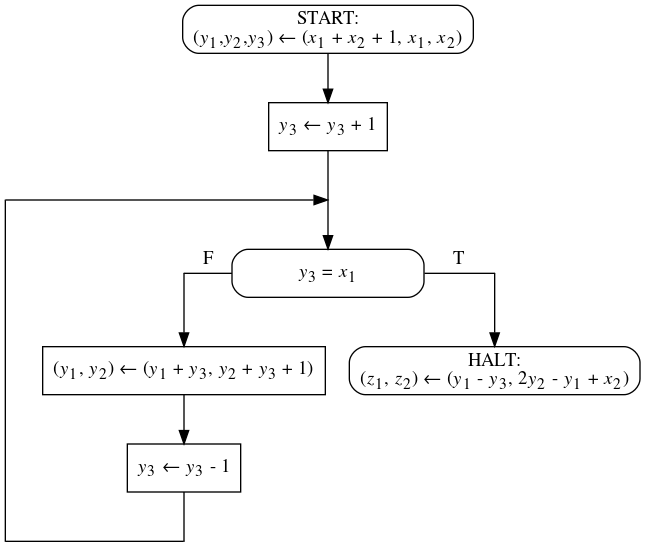
This is exercises/x2_fig1.png from fmcourse/fmcourse.github.io, a Graphviz export, as it was before one commit. Its source is kept beside it as exercises/x2_fig1.dot. The source it was exported from:
```dot
digraph G{

/* nodes by levels */
node[shape=rectangle];
START[style=rounded, label=<START:<br/>(<i>y</i><sub>1</sub>,<i>y</i><sub>2</sub>,<i>y</i><sub>3</sub>) &larr; (<i>x</i><sub>1</sub> + <i>x</i><sub>2</sub> + 1, <i>x</i><sub>1</sub>, <i>x</i><sub>2</sub>)>];
ASSIGN1[label=<<i>y</i><sub>3</sub> &larr; <i>y</i><sub>3</sub> + 1>];
TEST[style=rounded, width=2, label=<<i>y</i><sub>3</sub> = <i>x</i><sub>1</sub>>];
ASSIGN2[label=<(<i>y</i><sub>1</sub>, <i>y</i><sub>2</sub>) &larr; (<i>y</i><sub>1</sub> + <i>y</i><sub>3</sub>, <i>y</i><sub>2</sub> + <i>y</i><sub>3</sub> + 1)>];
ASSIGN3[label=<<i>y</i><sub>3</sub> &larr; <i>y</i><sub>3</sub> - 1>];
HALT[style=rounded, label=<HALT:<br/>(<i>z</i><sub>1</sub>, <i>z</i><sub>2</sub>) &larr; (<i>y</i><sub>1</sub> - <i>y</i><sub>3</sub>, 2<i>y</i><sub>2</sub> - <i>y</i><sub>1</sub> + <i>x</i><sub>2</sub>)>];

/* edges */
node [shape=point, width=0, label=""];
START -> ASSIGN1 [weight=8]; ASSIGN1 -> p2 [arrowhead=none];
{ rank=same; p1 -> p2; }
p1 -> p5 [weight=8, arrowhead=none];
p2 -> TEST[weight=8];
{ rank=same; p3 -> TEST [label="F", arrowhead=none]; TEST -> p4 [label="T", arrowhead=none]; }
p3 -> ASSIGN2 [weight=8];
p4 -> HALT [weight=8];
{ rank=same; ASSIGN2; HALT; }
ASSIGN2 -> ASSIGN3 [weight=8];
ASSIGN3 -> p6 [weight=8, arrowhead=none];
{ rank=same; p5 -> p6 [arrowhead=none]; }
}
```
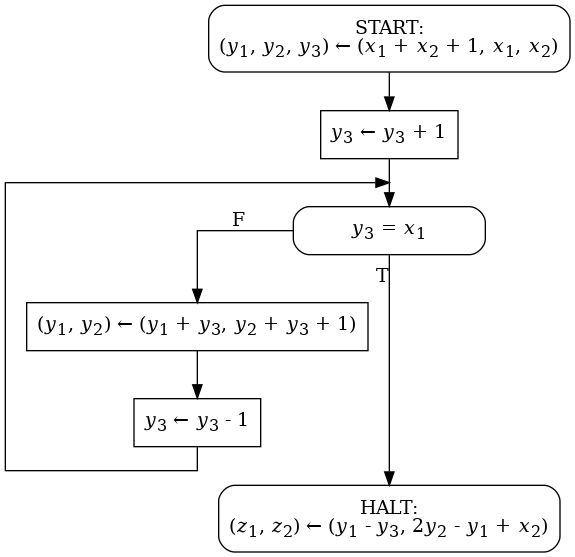
After the change.

Change to the diagram source:
```diff
@@ -1,25 +1,53 @@
-digraph G{
+digraph G {
 
-/* nodes by levels */
-node[shape=rectangle];
-START[style=rounded, label=<START:<br/>(<i>y</i><sub>1</sub>,<i>y</i><sub>2</sub>,<i>y</i><sub>3</sub>) &larr; (<i>x</i><sub>1</sub> + <i>x</i><sub>2</sub> + 1, <i>x</i><sub>1</sub>, <i>x</i><sub>2</sub>)>];
-ASSIGN1[label=<<i>y</i><sub>3</sub> &larr; <i>y</i><sub>3</sub> + 1>];
-TEST[style=rounded, width=2, label=<<i>y</i><sub>3</sub> = <i>x</i><sub>1</sub>>];
-ASSIGN2[label=<(<i>y</i><sub>1</sub>, <i>y</i><sub>2</sub>) &larr; (<i>y</i><sub>1</sub> + <i>y</i><sub>3</sub>, <i>y</i><sub>2</sub> + <i>y</i><sub>3</sub> + 1)>];
-ASSIGN3[label=<<i>y</i><sub>3</sub> &larr; <i>y</i><sub>3</sub> - 1>];
-HALT[style=rounded, label=<HALT:<br/>(<i>z</i><sub>1</sub>, <i>z</i><sub>2</sub>) &larr; (<i>y</i><sub>1</sub> - <i>y</i><sub>3</sub>, 2<i>y</i><sub>2</sub> - <i>y</i><sub>1</sub> + <i>x</i><sub>2</sub>)>];
+layout=neato;
+splines=false;
+node [shape=rectangle];
+edge [arrowhead=normal];
+
+START  [pos="0,5!",  style=rounded, height=0.7,
+label=<START:<br/>(<i>y</i><sub>1</sub>, <i>y</i><sub>2</sub>, <i>y</i><sub>3</sub>) &larr; (<i>x</i><sub>1</sub> + <i>x</i><sub>2</sub> + 1, <i>x</i><sub>1</sub>, <i>x</i><sub>2</sub>)>];
+
+ASSIGN1 [pos="0,4!",
+label=<<i>y</i><sub>3</sub> &larr; <i>y</i><sub>3</sub> + 1>];
+
+TEST [pos="0,3!", style=rounded, width=2,
+label=<<i>y</i><sub>3</sub> = <i>x</i><sub>1</sub>>];
+
+ASSIGN2 [pos="-2,2!",
+label=<(<i>y</i><sub>1</sub>, <i>y</i><sub>2</sub>) &larr; (<i>y</i><sub>1</sub> + <i>y</i><sub>3</sub>, <i>y</i><sub>2</sub> + <i>y</i><sub>3</sub> + 1)>];
+
+ASSIGN3 [pos="-2,1!",
+label=<<i>y</i><sub>3</sub> &larr; <i>y</i><sub>3</sub> - 1>];
+
+HALT [pos="0,0!", style=rounded, height=0.7,
+label=<HALT:<br/>(<i>z</i><sub>1</sub>, <i>z</i><sub>2</sub>) &larr; (<i>y</i><sub>1</sub> - <i>y</i><sub>3</sub>, 2<i>y</i><sub>2</sub> - <i>y</i><sub>1</sub> + <i>x</i><sub>2</sub>)>];
+
+node [shape=point, width=0];
+
+p2 [pos="0,3.5!"];
+p3 [pos="-2,3!"];
+p4 [pos="0,2.5!"];
+p5 [pos="-4,0.5!"];
+p6 [pos="-2,0.5!"];
+p1 [pos="-4,3.5!"];
 
 /* edges */
-node [shape=point, width=0, label=""];
-START -> ASSIGN1 [weight=8]; ASSIGN1 -> p2 [arrowhead=none];
-{ rank=same; p1 -> p2; }
-p1 -> p5 [weight=8, arrowhead=none];
-p2 -> TEST[weight=8];
-{ rank=same; p3 -> TEST [label="F", arrowhead=none]; TEST -> p4 [label="T", arrowhead=none]; }
-p3 -> ASSIGN2 [weight=8];
-p4 -> HALT [weight=8];
-{ rank=same; ASSIGN2; HALT; }
-ASSIGN2 -> ASSIGN3 [weight=8];
-ASSIGN3 -> p6 [weight=8, arrowhead=none];
-{ rank=same; p5 -> p6 [arrowhead=none]; }
+START -> ASSIGN1;
+ASSIGN1 -> p2 [arrowhead=none];
+p2 -> TEST;
+
+TEST -> p4 [label="T", arrowhead=none];
+TEST -> p3 [label="F", arrowhead=none];
+
+p4 -> HALT;
+
+p3 -> ASSIGN2;
+ASSIGN2 -> ASSIGN3;
+ASSIGN3 -> p6 [arrowhead=none];
+
+p1 -> p2;
+p1 -> p5 [arrowhead=none];
+p5 -> p6 [arrowhead=none];
+
 }
```
